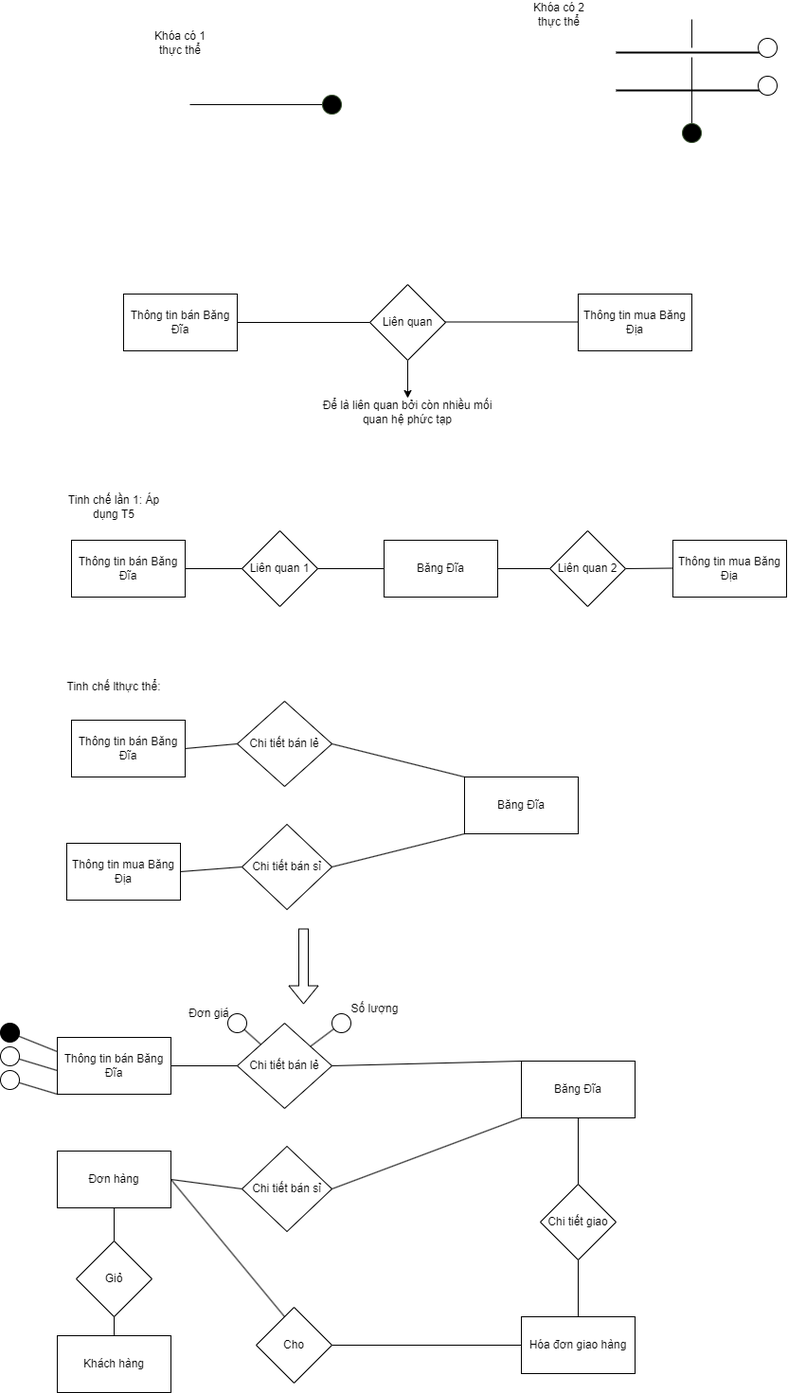
Earlier version of the draw.io export Khóa(Chương 2).png (datnham0212/learning). Source tidied: cells renumbered, new cells last; positions are measured from the earlier drawing's top-left corner, leaving out a move shared by most shapes.
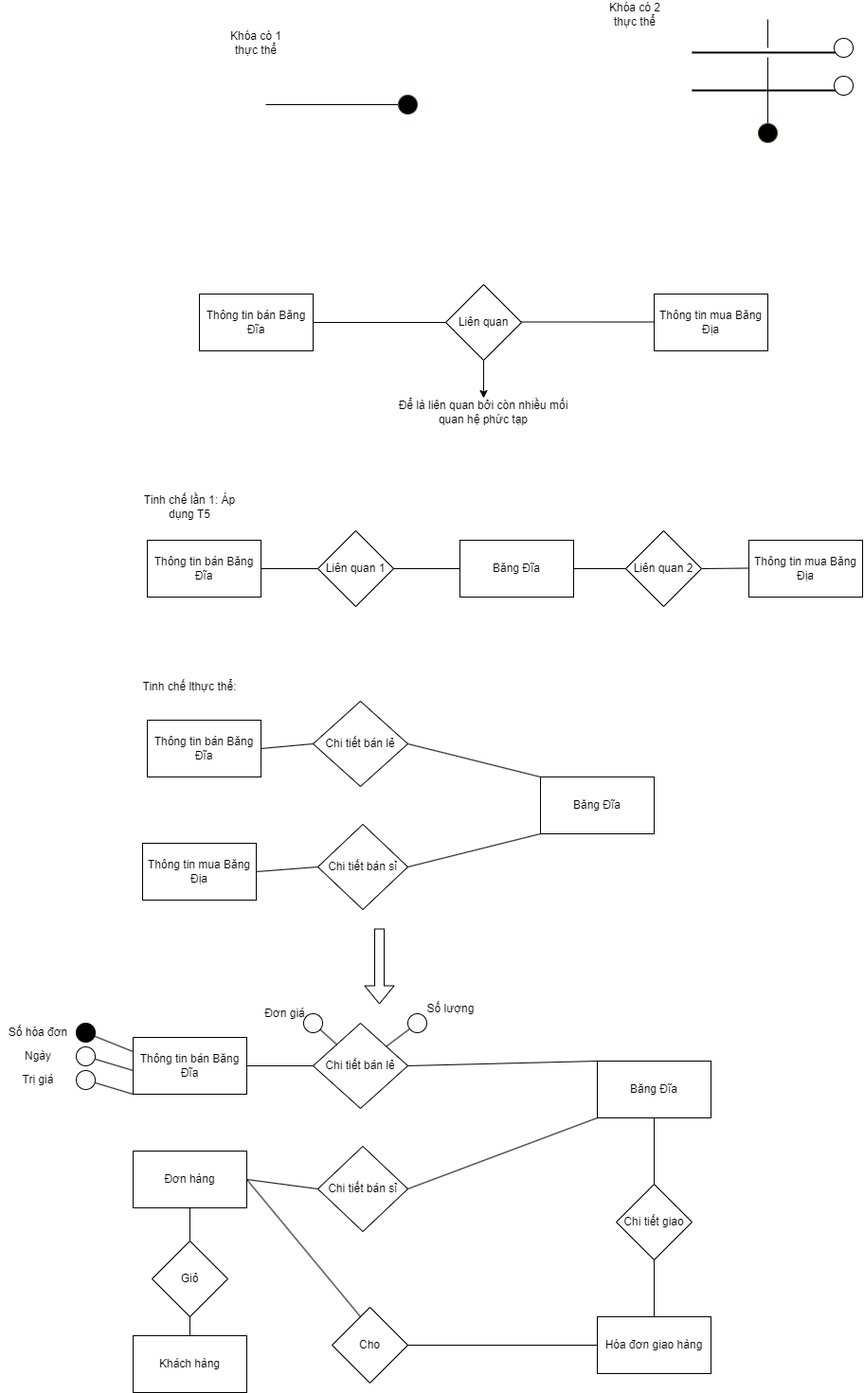
After the change.

The edit, as a diff of the source:
```diff
@@ -248,5 +248,14 @@
     <mxCell id="72" style="ellipse;whiteSpace=wrap;html=1;" parent="1" vertex="1">
       <mxGeometry y="1130" width="20" height="20" as="geometry" />
     </mxCell>
+    <mxCell id="73" value="Số hóa đơn" style="text;html=1;strokeColor=none;fillColor=none;align=center;verticalAlign=middle;whiteSpace=wrap;rounded=0;" parent="1" vertex="1">
+      <mxGeometry x="-80" y="1075" width="80" height="30" as="geometry" />
+    </mxCell>
+    <mxCell id="74" value="Ngày" style="text;html=1;strokeColor=none;fillColor=none;align=center;verticalAlign=middle;whiteSpace=wrap;rounded=0;" parent="1" vertex="1">
+      <mxGeometry x="-80" y="1100" width="80" height="30" as="geometry" />
+    </mxCell>
+    <mxCell id="75" value="Trị giá" style="text;html=1;strokeColor=none;fillColor=none;align=center;verticalAlign=middle;whiteSpace=wrap;rounded=0;" parent="1" vertex="1">
+      <mxGeometry x="-80" y="1125" width="80" height="30" as="geometry" />
+    </mxCell>
   </root>
 </mxGraphModel>
```
